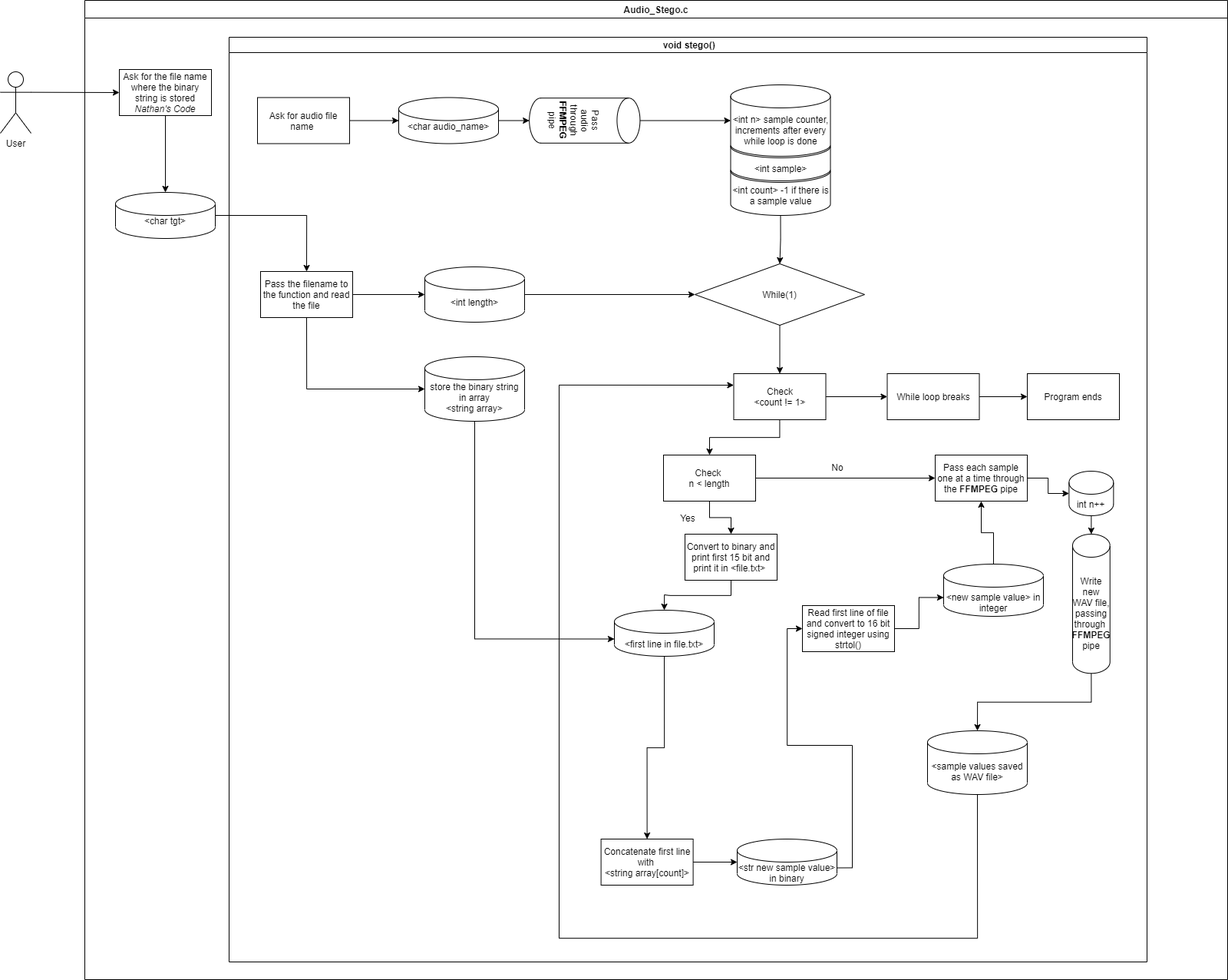
PalakMittal/AudioStego keeps this draw.io diagram as lowlevel.png. Above is the earlier version. Source tidied: cells renumbered, new cells last; positions are measured from the earlier drawing's top-left corner, leaving out a move shared by most shapes.
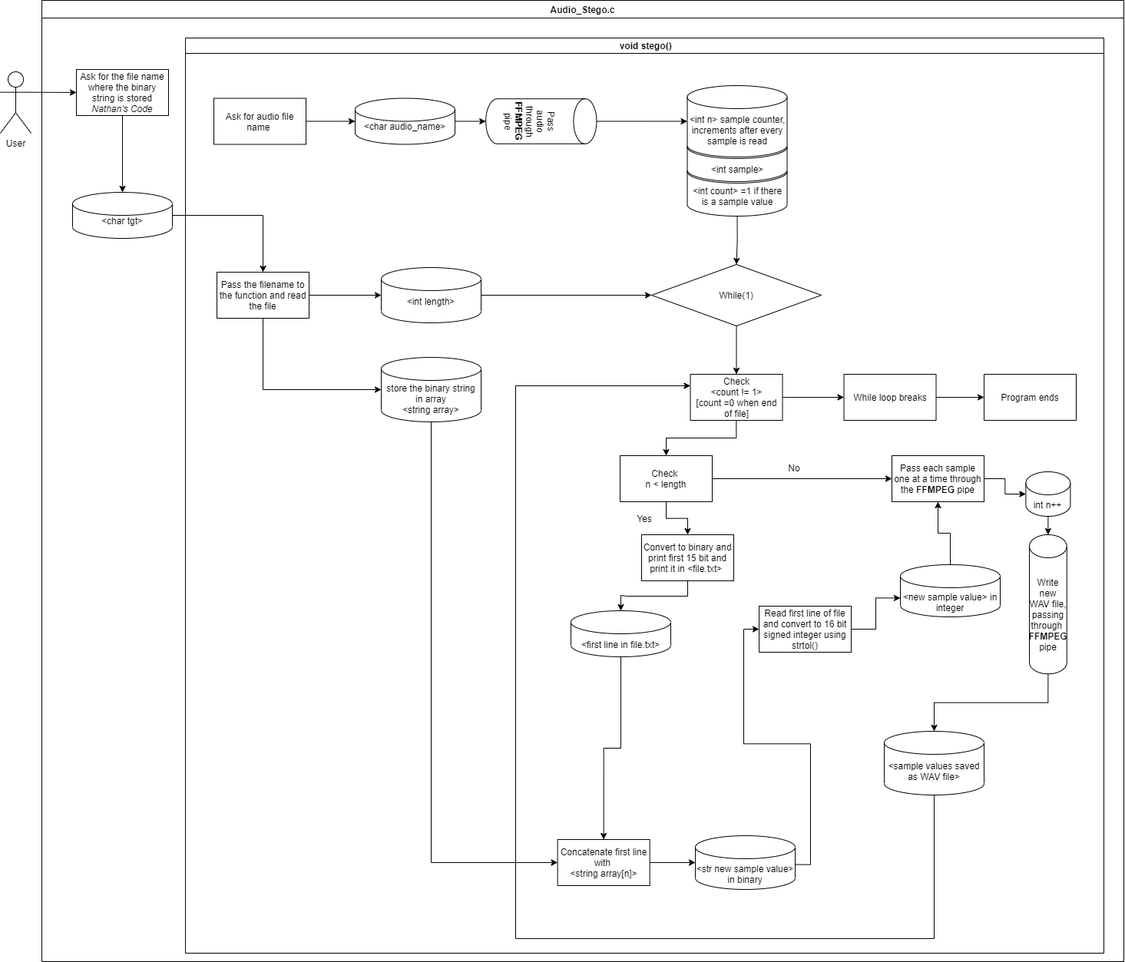
Above is the later version.

Diff of the diagram source:
```diff
@@ -3,18 +3,18 @@
     <mxCell id="0" />
     <mxCell id="1" parent="0" />
     <mxCell id="2" value="User" style="shape=umlActor;verticalLabelPosition=bottom;verticalAlign=top;html=1;outlineConnect=0;" parent="1" vertex="1">
-      <mxGeometry y="93" width="40" height="80" as="geometry" />
+      <mxGeometry x="81" y="81" width="40" height="80" as="geometry" />
     </mxCell>
     <mxCell id="3" value="Audio_Stego.c" style="swimlane;" parent="1" vertex="1">
-      <mxGeometry x="110" width="1489" height="1275" as="geometry" />
+      <mxGeometry x="135" y="-12" width="1409" height="1252" as="geometry" />
     </mxCell>
     <mxCell id="4" value=" void stego()" style="swimlane;startSize=20;" parent="3" vertex="1">
-      <mxGeometry x="188" y="48" width="1196" height="1204" as="geometry" />
+      <mxGeometry x="187" y="49" width="1196" height="1192" as="geometry" />
     </mxCell>
     <mxCell id="5" style="edgeStyle=orthogonalEdgeStyle;rounded=0;jettySize=auto;html=1;exitX=0.5;exitY=1;exitDx=0;exitDy=0;exitPerimeter=0;entryX=0.5;entryY=0;entryDx=0;entryDy=0;" parent="4" edge="1" source="6" target="22">
       <mxGeometry relative="1" as="geometry" />
     </mxCell>
-    <mxCell id="6" value="&amp;lt;int count&amp;gt; -1 if there is a sample value" style="shape=cylinder3;whiteSpace=wrap;html=1;boundedLbl=1;backgroundOutline=1;size=15;" parent="4" vertex="1">
+    <mxCell id="6" value="&amp;lt;int count&amp;gt; =1 if there is a sample value" style="shape=cylinder3;whiteSpace=wrap;html=1;boundedLbl=1;backgroundOutline=1;size=15;" parent="4" vertex="1">
       <mxGeometry x="653.5" y="159" width="130" height="73" as="geometry" />
     </mxCell>
     <mxCell id="7" value="Ask for audio file name&amp;nbsp;" style="rounded=0;whiteSpace=wrap;html=1;" parent="4" vertex="1">
@@ -38,7 +38,7 @@
     <mxCell id="13" style="endArrow=classic;html=1;exitX=1;exitY=0.5;exitDx=0;exitDy=0;entryX=0;entryY=0.5;entryDx=0;entryDy=0;entryPerimeter=0;" parent="4" edge="1" source="11" target="12">
       <mxGeometry relative="1" as="geometry" />
     </mxCell>
-    <mxCell id="14" style="edgeStyle=orthogonalEdgeStyle;rounded=0;jettySize=auto;html=1;exitX=0.5;exitY=1;exitDx=0;exitDy=0;exitPerimeter=0;entryX=0;entryY=0;entryDx=0;entryDy=37.50000000000001;entryPerimeter=0;" parent="4" edge="1" source="15" target="28">
+    <mxCell id="14" style="edgeStyle=orthogonalEdgeStyle;rounded=0;jettySize=auto;html=1;exitX=0.5;exitY=1;exitDx=0;exitDy=0;exitPerimeter=0;entryX=0;entryY=0.5;entryDx=0;entryDy=0;" parent="4" edge="1" source="15" target="30">
       <mxGeometry relative="1" as="geometry" />
     </mxCell>
     <mxCell id="15" value="store the binary string in array&lt;br&gt;&amp;lt;string array&amp;gt;" style="shape=cylinder3;whiteSpace=wrap;html=1;boundedLbl=1;backgroundOutline=1;size=15;" parent="4" vertex="1">
@@ -53,7 +53,7 @@
     <mxCell id="18" value="&lt;br&gt;&amp;lt;int sample&amp;gt;" style="shape=cylinder3;whiteSpace=wrap;html=1;boundedLbl=1;backgroundOutline=1;size=15;" parent="4" vertex="1">
       <mxGeometry x="653.5" y="127" width="130" height="60" as="geometry" />
     </mxCell>
-    <mxCell id="19" value="&amp;lt;int n&amp;gt; sample counter, increments after every while loop is done" style="shape=cylinder3;whiteSpace=wrap;html=1;boundedLbl=1;backgroundOutline=1;size=15;" parent="4" vertex="1">
+    <mxCell id="19" value="&amp;lt;int n&amp;gt; sample counter, increments after every sample is read" style="shape=cylinder3;whiteSpace=wrap;html=1;boundedLbl=1;backgroundOutline=1;size=15;" parent="4" vertex="1">
       <mxGeometry x="653.5" y="62" width="130" height="93" as="geometry" />
     </mxCell>
     <mxCell id="20" style="endArrow=classic;html=1;exitX=0.5;exitY=0;exitDx=0;exitDy=0;exitPerimeter=0;entryX=0;entryY=0.5;entryDx=0;entryDy=0;entryPerimeter=0;" parent="4" edge="1" source="16" target="19">
@@ -68,7 +68,7 @@
     <mxCell id="23" style="endArrow=classic;html=1;exitX=0.5;exitY=1;exitDx=0;exitDy=0;entryX=0.5;entryY=0;entryDx=0;entryDy=0;entryPerimeter=0;" parent="4" edge="1" source="22" target="24">
       <mxGeometry relative="1" as="geometry" />
     </mxCell>
-    <mxCell id="24" value="&amp;nbsp;Check&amp;nbsp;&lt;br&gt;&amp;lt;count != 1&amp;gt;" style="rounded=0;whiteSpace=wrap;html=1;" parent="4" vertex="1">
+    <mxCell id="24" value="&amp;nbsp;Check&amp;nbsp;&lt;br&gt;&amp;lt;count != 1&amp;gt;&lt;br&gt;[count =0 when end of file]" style="rounded=0;whiteSpace=wrap;html=1;" parent="4" vertex="1">
       <mxGeometry x="657.5" y="438" width="120" height="60" as="geometry" />
     </mxCell>
     <mxCell id="25" value="While loop breaks" style="whiteSpace=wrap;html=1;rounded=0;" parent="4" vertex="1">
@@ -86,14 +86,14 @@
     <mxCell id="29" style="edgeStyle=orthogonalEdgeStyle;rounded=0;jettySize=auto;html=1;exitX=0.5;exitY=1;exitDx=0;exitDy=0;entryX=0.5;entryY=0;entryDx=0;entryDy=0;entryPerimeter=0;" parent="4" edge="1" source="27" target="28">
       <mxGeometry relative="1" as="geometry" />
     </mxCell>
-    <mxCell id="30" value="Concatenate first line with&amp;nbsp;&lt;br&gt;&amp;lt;string array[count]&amp;gt;" style="rounded=0;whiteSpace=wrap;html=1;" parent="4" vertex="1">
+    <mxCell id="30" value="Concatenate first line with&amp;nbsp;&lt;br&gt;&amp;lt;string array[n]&amp;gt;" style="rounded=0;whiteSpace=wrap;html=1;" parent="4" vertex="1">
       <mxGeometry x="484.6" y="1044" width="120" height="60" as="geometry" />
     </mxCell>
     <mxCell id="31" style="edgeStyle=orthogonalEdgeStyle;rounded=0;jettySize=auto;html=1;exitX=0.5;exitY=1;exitDx=0;exitDy=0;exitPerimeter=0;entryX=0.5;entryY=0;entryDx=0;entryDy=0;" parent="4" edge="1" source="28" target="30">
       <mxGeometry relative="1" as="geometry" />
     </mxCell>
     <mxCell id="32" value="&lt;br&gt;&amp;lt;str new sample value&amp;gt;&lt;br&gt;in binary" style="shape=cylinder3;whiteSpace=wrap;html=1;boundedLbl=1;backgroundOutline=1;size=15;" parent="4" vertex="1">
-      <mxGeometry x="662" y="1044" width="130" height="60" as="geometry" />
+      <mxGeometry x="664" y="1039" width="130" height="70" as="geometry" />
     </mxCell>
     <mxCell id="33" style="endArrow=classic;html=1;exitX=1;exitY=0.5;exitDx=0;exitDy=0;entryX=0;entryY=0.5;entryDx=0;entryDy=0;entryPerimeter=0;" parent="4" edge="1" source="30" target="32">
       <mxGeometry relative="1" as="geometry" />
```
